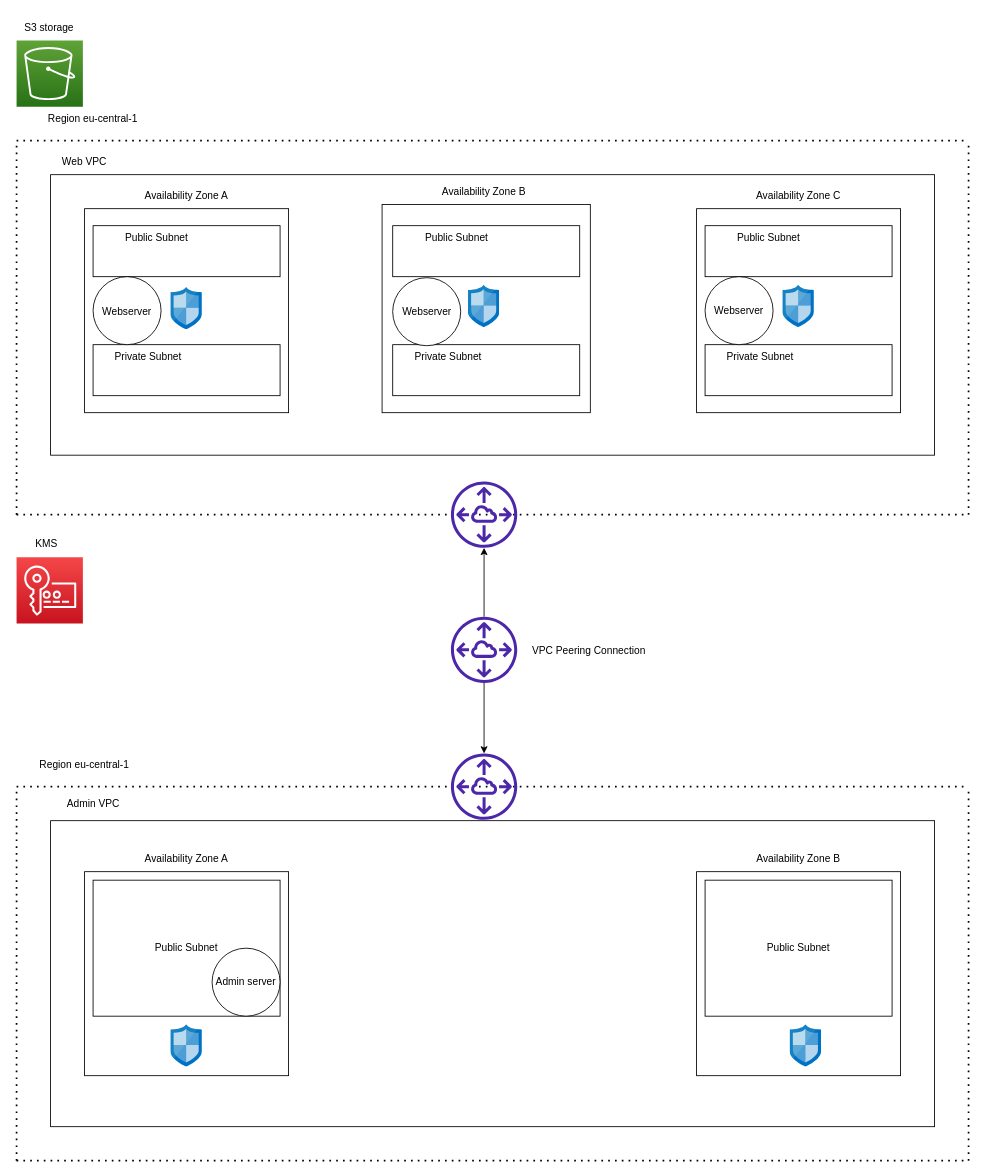
The draw.io diagram 00_includes/Diagram zonder titel.drawio in Techgrounds-Cloud-9/cloud-9-Ephraim52, before the edit. Source tidied: cells renumbered, new cells numbered last; positions are measured from the earlier drawing's top-left corner, leaving out a move shared by most shapes. Both pictures are drawn from the tidied source at 85%, with x=0, y=0 at pixel (14, 14).
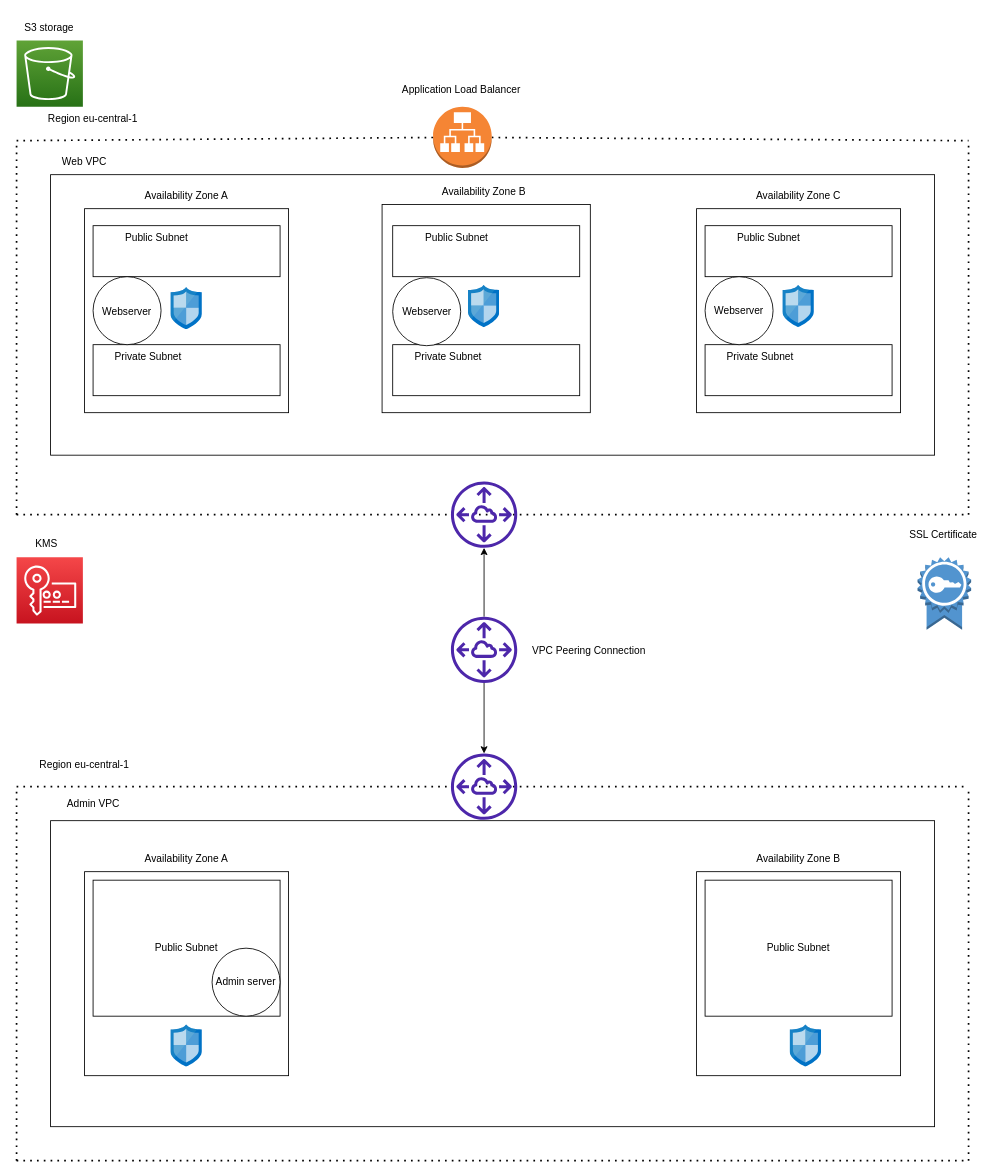
The same page after the edit.

Diff of the diagram source:
```diff
@@
-    <mxCell id="9" style="endArrow=none;dashed=1;html=1;dashPattern=1 3;strokeWidth=2;rounded=0;" parent="1" edge="1">
+    <mxCell id="9" style="endArrow=none;dashed=1;html=1;dashPattern=1 3;strokeWidth=2;rounded=0;startArrow=none;" parent="1" edge="1" source="61">
       <mxGeometry relative="1" as="geometry">
-        <mxPoint x="2" y="148" as="sourcePoint" />
         <mxPoint x="1122" y="148" as="targetPoint" />
       </mxGeometry>
     </mxCell>
@@
+    <mxCell id="61" style="outlineConnect=0;dashed=0;verticalLabelPosition=bottom;verticalAlign=top;align=center;html=1;shape=mxgraph.aws3.application_load_balancer;fillColor=#F58534;gradientColor=none;" parent="1" vertex="1">
+      <mxGeometry x="492" y="108" width="69" height="72" as="geometry" />
+    </mxCell>
+    <mxCell id="62" style="endArrow=none;dashed=1;html=1;dashPattern=1 3;strokeWidth=2;rounded=0;" parent="1" edge="1" target="61">
+      <mxGeometry relative="1" as="geometry">
+        <mxPoint x="2" y="148" as="sourcePoint" />
+      </mxGeometry>
+    </mxCell>
+    <mxCell id="63" value="Application Load Balancer" style="text;html=1;align=center;verticalAlign=middle;strokeColor=none;fillColor=none;" parent="1" vertex="1">
+      <mxGeometry x="444.5" y="73" width="160" height="30" as="geometry" />
+    </mxCell>
+    <mxCell id="64" style="dashed=0;verticalLabelPosition=bottom;verticalAlign=top;align=center;html=1;shape=mxgraph.aws3.certificate;fillColor=#5294CF;gradientColor=none;" parent="1" vertex="1">
+      <mxGeometry x="1062" y="638" width="63" height="85.5" as="geometry" />
+    </mxCell>
+    <mxCell id="65" value="SSL Certificate" style="text;html=1;align=center;verticalAlign=middle;strokeColor=none;fillColor=none;" parent="1" vertex="1">
+      <mxGeometry x="1042" y="597" width="100" height="30" as="geometry" />
+    </mxCell>
```
